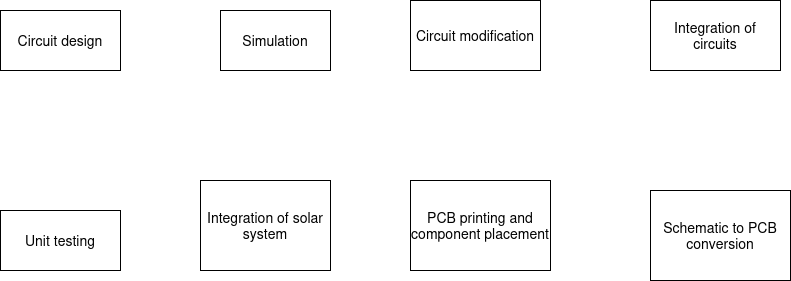
This is Untitled_Diagram.drawio.png from achieng65/alx-system_engineering-devops, a draw.io export, as it was before one commit. Source tidied: cells renumbered, new cells last; positions are measured from the earlier drawing's top-left corner, leaving out a move shared by most shapes.
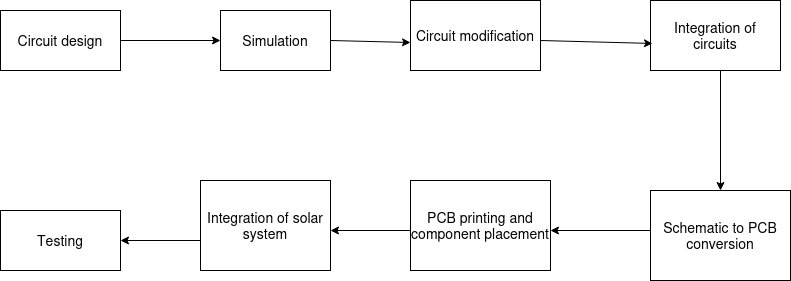
Above is the later version.

Change to the diagram source:
```diff
@@ -23,8 +23,45 @@
     <mxCell id="8" value="&lt;font style=&quot;font-size: 14px;&quot;&gt;Integration of solar system&lt;/font&gt;" style="rounded=0;whiteSpace=wrap;html=1;" parent="1" vertex="1">
       <mxGeometry x="200" y="180" width="130" height="90" as="geometry" />
     </mxCell>
-    <mxCell id="9" value="&lt;font style=&quot;font-size: 14px;&quot;&gt;Unit testing&lt;/font&gt;" style="rounded=0;whiteSpace=wrap;html=1;" parent="1" vertex="1">
+    <mxCell id="9" value="&lt;font style=&quot;font-size: 14px;&quot;&gt;Testing&lt;/font&gt;" style="rounded=0;whiteSpace=wrap;html=1;" parent="1" vertex="1">
       <mxGeometry y="210" width="120" height="60" as="geometry" />
     </mxCell>
+    <mxCell id="10" style="endArrow=classic;html=1;rounded=0;entryX=0;entryY=0.5;entryDx=0;entryDy=0;" parent="1" edge="1" target="3">
+      <mxGeometry relative="1" as="geometry">
+        <mxPoint x="120" y="40" as="sourcePoint" />
+      </mxGeometry>
+    </mxCell>
+    <mxCell id="11" style="endArrow=classic;html=1;rounded=0;entryX=0;entryY=0.6;entryDx=0;entryDy=0;entryPerimeter=0;" parent="1" edge="1" target="4">
+      <mxGeometry relative="1" as="geometry">
+        <mxPoint x="330" y="40" as="sourcePoint" />
+      </mxGeometry>
+    </mxCell>
+    <mxCell id="12" style="endArrow=classic;html=1;rounded=0;entryX=0.015;entryY=0.614;entryDx=0;entryDy=0;entryPerimeter=0;" parent="1" edge="1" target="7">
+      <mxGeometry relative="1" as="geometry">
+        <mxPoint x="540" y="40" as="sourcePoint" />
+      </mxGeometry>
+    </mxCell>
+    <mxCell id="13" style="endArrow=classic;html=1;rounded=0;entryX=0.5;entryY=0;entryDx=0;entryDy=0;" parent="1" edge="1" target="5">
+      <mxGeometry relative="1" as="geometry">
+        <mxPoint x="720" y="70" as="sourcePoint" />
+      </mxGeometry>
+    </mxCell>
+    <mxCell id="14" style="endArrow=classic;html=1;rounded=0;" parent="1" edge="1">
+      <mxGeometry relative="1" as="geometry">
+        <mxPoint x="650" y="230" as="sourcePoint" />
+        <mxPoint x="550" y="230" as="targetPoint" />
+      </mxGeometry>
+    </mxCell>
+    <mxCell id="15" style="endArrow=classic;html=1;rounded=0;" parent="1" edge="1">
+      <mxGeometry relative="1" as="geometry">
+        <mxPoint x="410" y="230" as="sourcePoint" />
+        <mxPoint x="330" y="230" as="targetPoint" />
+      </mxGeometry>
+    </mxCell>
+    <mxCell id="16" style="endArrow=classic;html=1;rounded=0;entryX=1;entryY=0.5;entryDx=0;entryDy=0;" parent="1" edge="1" target="9">
+      <mxGeometry relative="1" as="geometry">
+        <mxPoint x="200" y="240" as="sourcePoint" />
+      </mxGeometry>
+    </mxCell>
   </root>
 </mxGraphModel>
```
